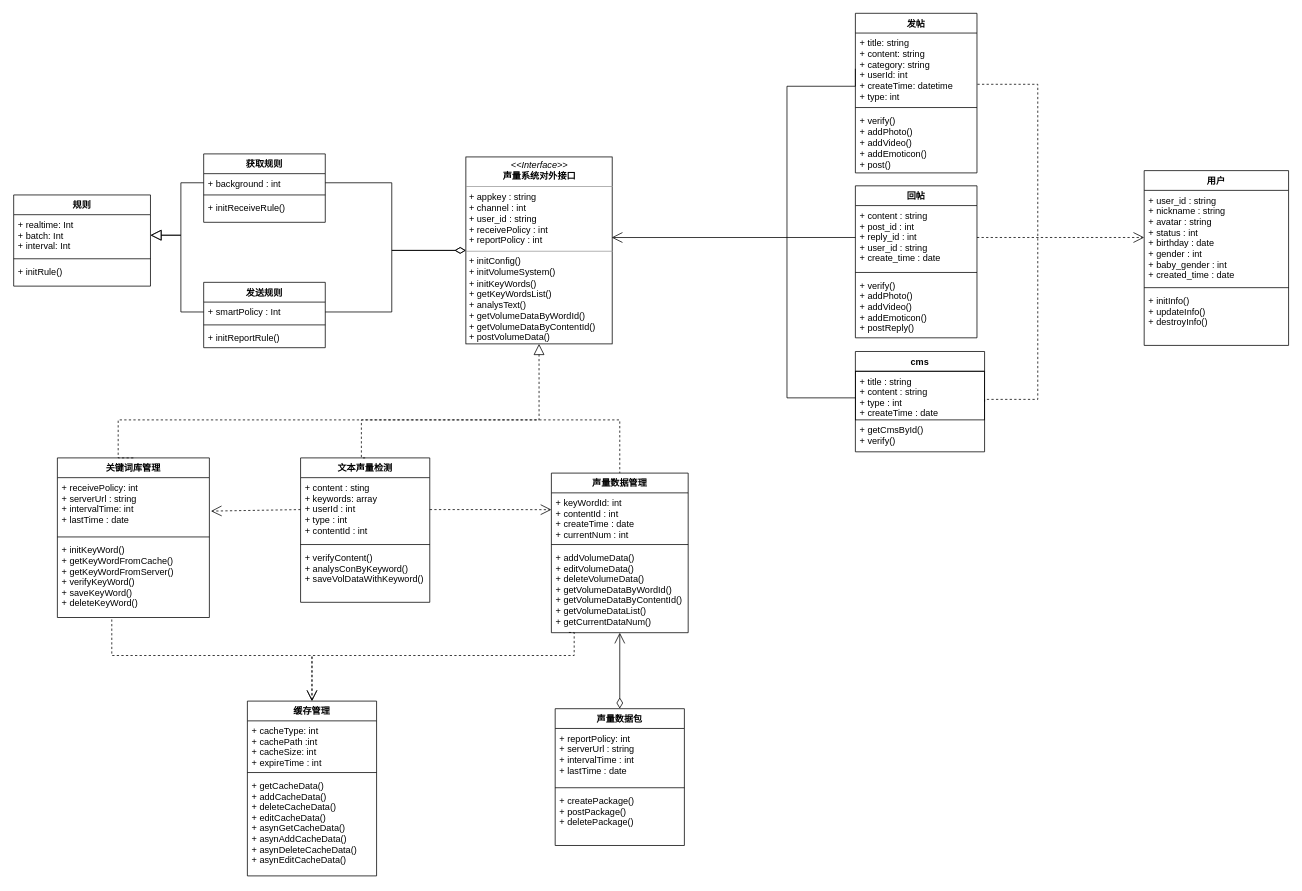
The draw.io diagram page "Page-4" (4 of 5) of 声量系统UML.drawio in ikeyyang/uml, before the edit. Source tidied: cells renumbered, new cells numbered last; positions are measured from the earlier drawing's top-left corner, leaving out a move shared by most shapes. Both pictures are drawn from the tidied source at 76%, with x=0, y=0 at pixel (13, 13).
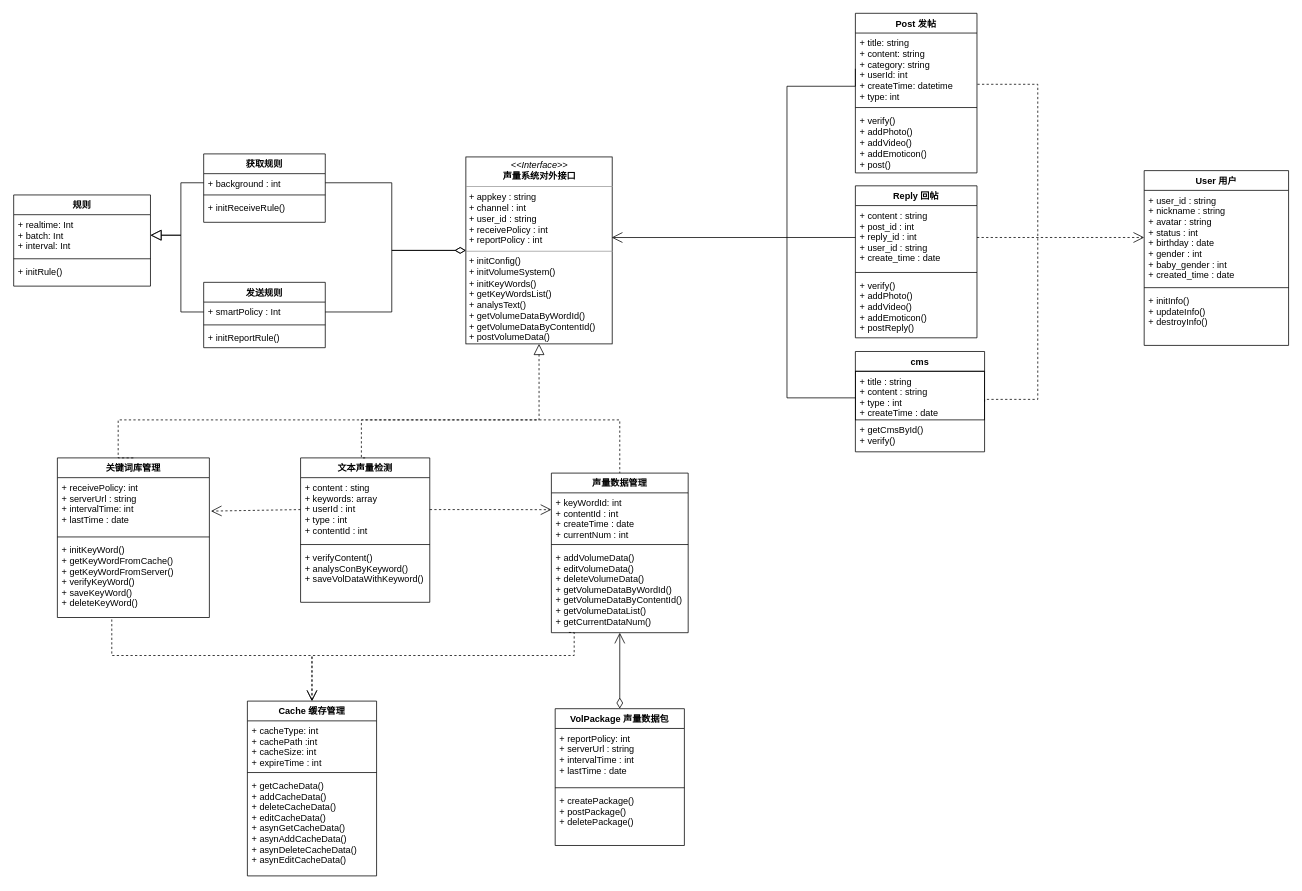
The same page after the edit.

What changed in the source:
```diff
@@
-    <mxCell id="3" value="回帖" style="swimlane;fontStyle=1;align=center;verticalAlign=top;horizontal=1;startSize=26;strokeColor=#000000;strokeWidth=1;fillColor=none;" parent="1" vertex="1">
+    <mxCell id="3" value="Reply 回帖" style="swimlane;fontStyle=1;align=center;verticalAlign=top;horizontal=1;startSize=26;strokeColor=#000000;strokeWidth=1;fillColor=none;" parent="1" vertex="1">
       <mxGeometry x="1108" y="227" width="160" height="200" as="geometry" />
     </mxCell>
@@
-    <mxCell id="11" value="发帖" style="swimlane;fontStyle=1;align=center;verticalAlign=top;horizontal=1;startSize=26;strokeColor=#000000;strokeWidth=1;fillColor=none;" parent="1" vertex="1">
+    <mxCell id="11" value="Post 发帖" style="swimlane;fontStyle=1;align=center;verticalAlign=top;horizontal=1;startSize=26;strokeColor=#000000;strokeWidth=1;fillColor=none;" parent="1" vertex="1">
       <mxGeometry x="1108" width="160" height="210" as="geometry" />
     </mxCell>
@@
-    <mxCell id="29" value="缓存管理" style="swimlane;fontStyle=1;align=center;verticalAlign=top;horizontal=1;startSize=26;strokeColor=#000000;strokeWidth=1;fillColor=none;" parent="1" vertex="1">
+    <mxCell id="29" value="Cache 缓存管理" style="swimlane;fontStyle=1;align=center;verticalAlign=top;horizontal=1;startSize=26;strokeColor=#000000;strokeWidth=1;fillColor=none;" parent="1" vertex="1">
       <mxGeometry x="308" y="905" width="170" height="230" as="geometry" />
     </mxCell>
@@
-    <mxCell id="34" value="声量数据包" style="swimlane;fontStyle=1;align=center;verticalAlign=top;horizontal=1;startSize=26;strokeColor=#000000;strokeWidth=1;fillColor=none;" parent="1" vertex="1">
+    <mxCell id="34" value="VolPackage 声量数据包" style="swimlane;fontStyle=1;align=center;verticalAlign=top;horizontal=1;startSize=26;strokeColor=#000000;strokeWidth=1;fillColor=none;" parent="1" vertex="1">
       <mxGeometry x="713" y="915" width="170" height="180" as="geometry" />
     </mxCell>
@@
-    <mxCell id="38" value="用户" style="swimlane;fontStyle=1;align=center;verticalAlign=top;horizontal=1;startSize=26;strokeColor=#000000;strokeWidth=1;fillColor=none;" parent="1" vertex="1">
+    <mxCell id="38" value="User 用户" style="swimlane;fontStyle=1;align=center;verticalAlign=top;horizontal=1;startSize=26;strokeColor=#000000;strokeWidth=1;fillColor=none;" parent="1" vertex="1">
       <mxGeometry x="1488" y="207" width="190" height="230" as="geometry" />
     </mxCell>
```
